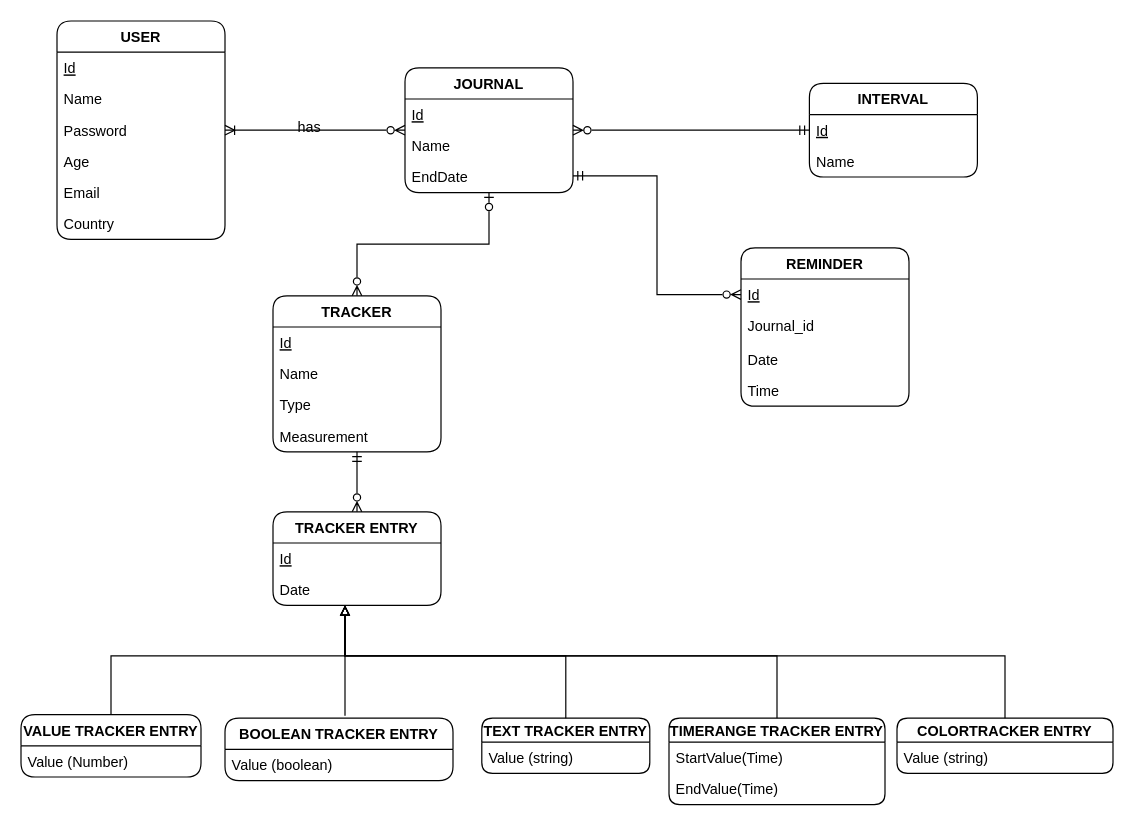
Before: page "UML" (2 of 3) of Documentation/tracker app.drawio in margotgradina/HabitHare, a draw.io diagram. Source tidied: cells renumbered, new cells numbered last; positions are measured from the earlier drawing's top-left corner, leaving out a move shared by most shapes. Both pictures are drawn from the tidied source at 120%, with x=0, y=0 at pixel (20, 20).
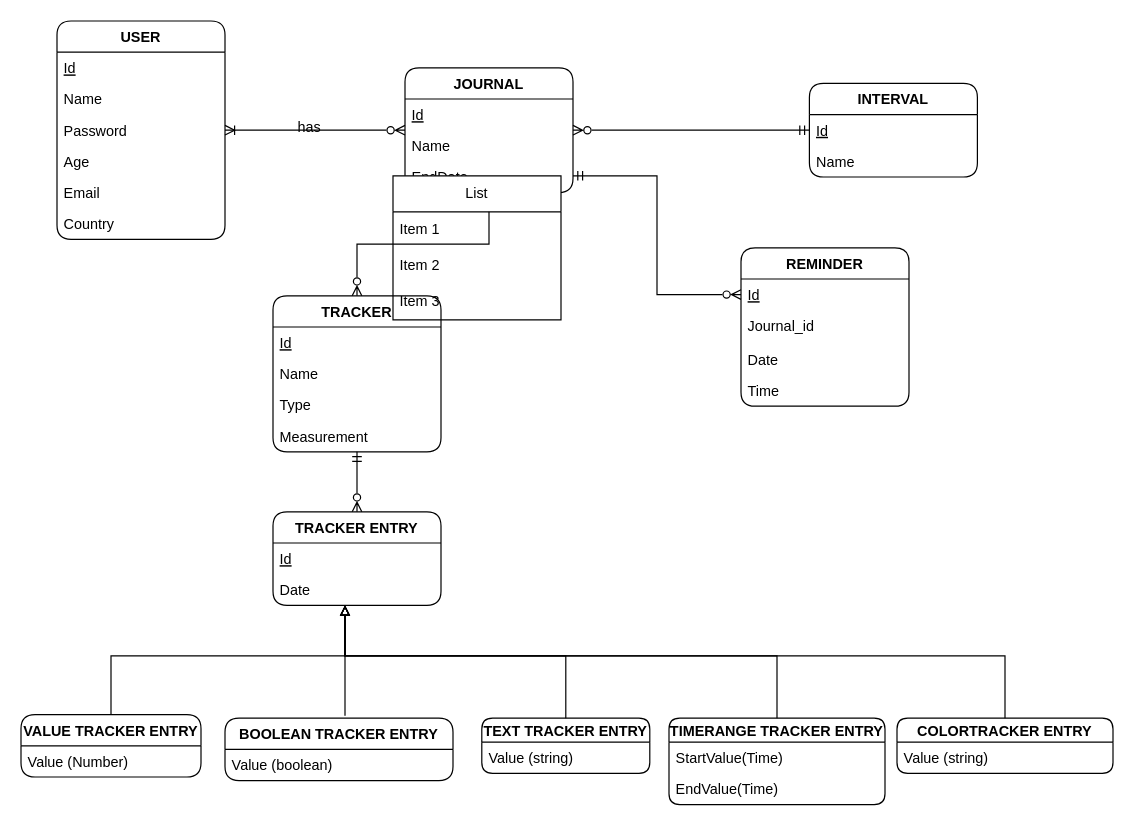
After the change.

Diff of the diagram source:
```diff
@@
+    <mxCell id="51" value="List" style="swimlane;fontStyle=0;horizontal=1;startSize=30;whiteSpace=wrap;html=1;" parent="1" vertex="1">
+      <mxGeometry x="310" y="129" width="140" height="120" as="geometry" />
+    </mxCell>
+    <mxCell id="52" value="Item 1" style="text;strokeColor=none;fillColor=none;align=left;verticalAlign=middle;spacingLeft=4;spacingRight=4;overflow=hidden;whiteSpace=wrap;html=1;" parent="51" vertex="1">
+      <mxGeometry y="30" width="140" height="30" as="geometry" />
+    </mxCell>
+    <mxCell id="53" value="Item 2" style="text;strokeColor=none;fillColor=none;align=left;verticalAlign=middle;spacingLeft=4;spacingRight=4;overflow=hidden;whiteSpace=wrap;html=1;" parent="51" vertex="1">
+      <mxGeometry y="60" width="140" height="30" as="geometry" />
+    </mxCell>
+    <mxCell id="54" value="Item 3" style="text;strokeColor=none;fillColor=none;align=left;verticalAlign=middle;spacingLeft=4;spacingRight=4;overflow=hidden;whiteSpace=wrap;html=1;" parent="51" vertex="1">
+      <mxGeometry y="90" width="140" height="30" as="geometry" />
+    </mxCell>
```
